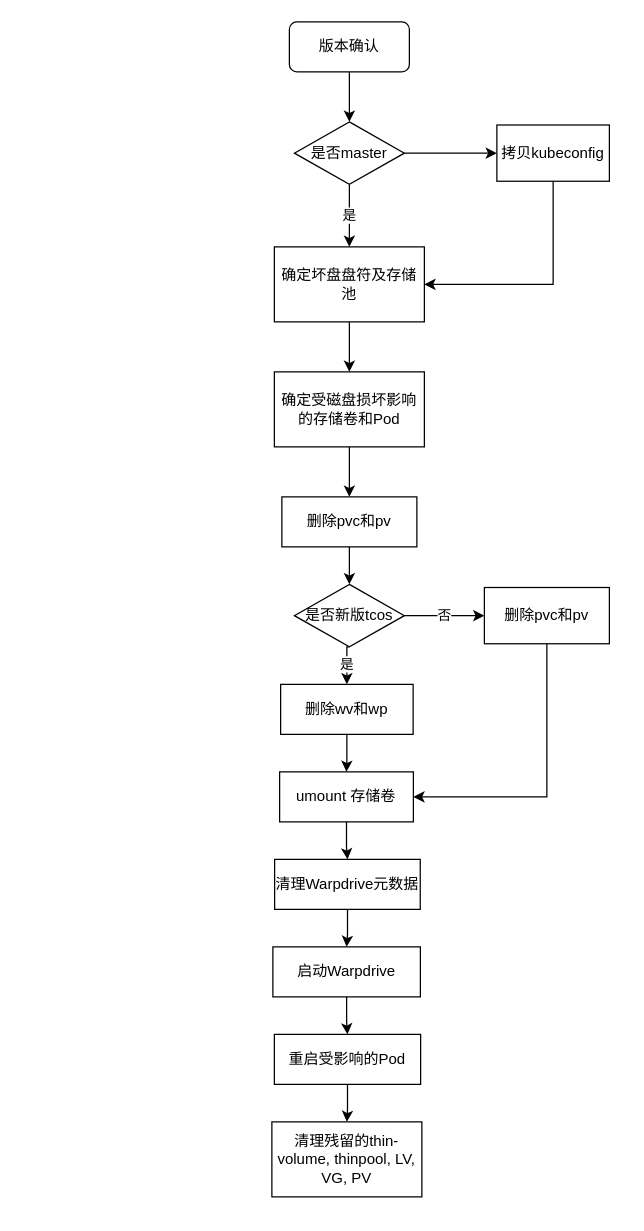
Above: 未命名绘图.drawio in 20160920/draw-picture (draw.io), before the change. Source tidied: cells renumbered, new cells numbered last; positions are measured from the earlier drawing's top-left corner, leaving out a move shared by most shapes. Both pictures are drawn from the tidied source at 125%, with x=0, y=0 at pixel (271, 21).
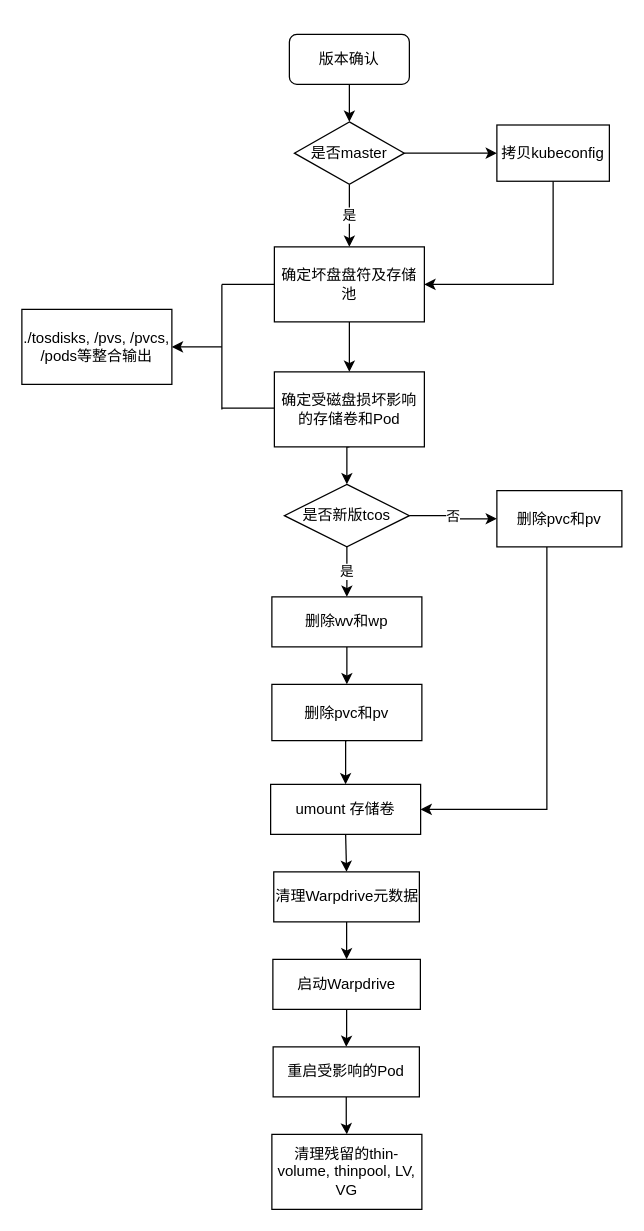
The same diagram, later.

Commit message:
更新未命名绘图.drawio

Unchanged cells that the change refers to:
```xml
<mxCell id="8" value="确定坏盘盘符及存储池" style="whiteSpace=wrap;html=1;rounded=0;" parent="1" vertex="1">
  <mxGeometry x="2" y="180" width="120" height="60" as="geometry" />
</mxCell>
<mxCell id="12" value="确定受磁盘损坏影响的存储卷和Pod" style="whiteSpace=wrap;html=1;rounded=0;" parent="1" vertex="1">
  <mxGeometry x="2" y="280" width="120" height="60" as="geometry" />
</mxCell>
```

What changed in the source:
```diff
@@
     <mxCell id="3" value="版本确认" style="rounded=1;whiteSpace=wrap;html=1;" parent="1" vertex="1">
-      <mxGeometry x="14" width="96" height="40" as="geometry" />
+      <mxGeometry x="14" y="10" width="96" height="40" as="geometry" />
     </mxCell>
@@
-    <mxCell id="11" style="edgeStyle=orthogonalEdgeStyle;rounded=0;jettySize=auto;html=1;" parent="1" edge="1" source="12" target="14">
-      <mxGeometry relative="1" as="geometry" />
-    </mxCell>
+    <mxCell id="31" style="edgeStyle=orthogonalEdgeStyle;rounded=0;jettySize=auto;html=1;exitX=0.5;exitY=1;exitDx=0;exitDy=0;entryX=0.5;entryY=0;entryDx=0;entryDy=0;" parent="1" edge="1" source="12" target="28">
+      <mxGeometry relative="1" as="geometry" />
+    </mxCell>
@@
-    <mxCell id="13" style="edgeStyle=orthogonalEdgeStyle;rounded=0;jettySize=auto;html=1;entryX=0.5;entryY=0;entryDx=0;entryDy=0;" parent="1" edge="1" source="14" target="28">
-      <mxGeometry relative="1" as="geometry" />
-    </mxCell>
-    <mxCell id="14" value="删除pvc和pv" style="whiteSpace=wrap;html=1;rounded=0;" parent="1" vertex="1">
-      <mxGeometry x="8" y="380" width="108" height="40" as="geometry" />
-    </mxCell>
-    <mxCell id="15" style="edgeStyle=orthogonalEdgeStyle;rounded=0;jettySize=auto;html=1;" parent="1" edge="1" source="16" target="18">
-      <mxGeometry relative="1" as="geometry" />
-    </mxCell>
+    <mxCell id="32" style="edgeStyle=orthogonalEdgeStyle;rounded=0;jettySize=auto;html=1;entryX=0.5;entryY=0;entryDx=0;entryDy=0;" parent="1" edge="1" source="16" target="14">
+      <mxGeometry relative="1" as="geometry" />
+    </mxCell>
     <mxCell id="16" value="删除wv和wp" style="whiteSpace=wrap;html=1;rounded=0;" parent="1" vertex="1">
-      <mxGeometry x="7" y="530" width="106" height="40" as="geometry" />
+      <mxGeometry y="460" width="120" height="40" as="geometry" />
     </mxCell>
-    <mxCell id="17" style="edgeStyle=orthogonalEdgeStyle;rounded=0;jettySize=auto;html=1;exitX=0.5;exitY=1;exitDx=0;exitDy=0;" parent="1" edge="1" source="18" target="20">
+    <mxCell id="17" style="edgeStyle=orthogonalEdgeStyle;rounded=0;jettySize=auto;html=1;exitX=0.5;exitY=1;exitDx=0;exitDy=0;entryX=0.5;entryY=0;entryDx=0;entryDy=0;" parent="1" edge="1" source="18" target="20">
       <mxGeometry relative="1" as="geometry" />
     </mxCell>
     <mxCell id="18" value="umount 存储卷" style="whiteSpace=wrap;html=1;rounded=0;" parent="1" vertex="1">
-      <mxGeometry x="6.2" y="600" width="107" height="40" as="geometry" />
+      <mxGeometry x="-1" y="610" width="120" height="40" as="geometry" />
     </mxCell>
@@
     <mxCell id="20" value="清理Warpdrive元数据" style="whiteSpace=wrap;html=1;rounded=0;" parent="1" vertex="1">
-      <mxGeometry x="2.2" y="670" width="116.5" height="40" as="geometry" />
+      <mxGeometry x="1.5" y="680" width="116.5" height="40" as="geometry" />
     </mxCell>
@@
     <mxCell id="22" value="启动Warpdrive" style="whiteSpace=wrap;html=1;rounded=0;" parent="1" vertex="1">
-      <mxGeometry x="0.8" y="740" width="118" height="40" as="geometry" />
+      <mxGeometry x="0.8" y="750" width="118" height="40" as="geometry" />
     </mxCell>
@@
     <mxCell id="24" value="重启受影响的Pod" style="whiteSpace=wrap;html=1;rounded=0;" parent="1" vertex="1">
-      <mxGeometry x="2" y="810" width="117" height="40" as="geometry" />
+      <mxGeometry x="1" y="820" width="117" height="40" as="geometry" />
     </mxCell>
-    <mxCell id="25" value="清理残留的thin-volume, thinpool, LV, VG, PV" style="whiteSpace=wrap;html=1;rounded=0;" parent="1" vertex="1">
-      <mxGeometry y="880" width="120" height="60" as="geometry" />
+    <mxCell id="25" value="清理残留的thin-volume, thinpool, LV, VG" style="whiteSpace=wrap;html=1;rounded=0;" parent="1" vertex="1">
+      <mxGeometry y="890" width="120" height="60" as="geometry" />
     </mxCell>
@@
     <mxCell id="28" value="是否新版tcos" style="rhombus;whiteSpace=wrap;html=1;rounded=0;" parent="1" vertex="1">
-      <mxGeometry x="18" y="450" width="88" height="50" as="geometry" />
+      <mxGeometry x="10" y="370" width="100" height="50" as="geometry" />
     </mxCell>
     <mxCell id="29" style="edgeStyle=orthogonalEdgeStyle;rounded=0;jettySize=auto;html=1;entryX=1;entryY=0.5;entryDx=0;entryDy=0;" parent="1" edge="1" source="30" target="18">
       <mxGeometry relative="1" as="geometry">
         <Array as="points">
-          <mxPoint x="220" y="620" />
+          <mxPoint x="220" y="630" />
         </Array>
       </mxGeometry>
     </mxCell>
     <mxCell id="30" value="删除pvc和pv" style="whiteSpace=wrap;html=1;rounded=0;" parent="1" vertex="1">
-      <mxGeometry x="170" y="452.5" width="100" height="45" as="geometry" />
+      <mxGeometry x="180" y="375" width="100" height="45" as="geometry" />
     </mxCell>
+    <mxCell id="33" style="edgeStyle=orthogonalEdgeStyle;rounded=0;jettySize=auto;html=1;exitX=0.5;exitY=1;exitDx=0;exitDy=0;entryX=0.5;entryY=0;entryDx=0;entryDy=0;" parent="1" edge="1" source="14" target="18">
+      <mxGeometry relative="1" as="geometry" />
+    </mxCell>
+    <mxCell id="14" value="删除pvc和pv" style="whiteSpace=wrap;html=1;rounded=0;" parent="1" vertex="1">
+      <mxGeometry y="530" width="120" height="45" as="geometry" />
+    </mxCell>
+    <mxCell id="34" value="./tosdisks, /pvs, /pvcs, /pods等整合输出" style="rounded=0;whiteSpace=wrap;html=1;" parent="1" vertex="1">
+      <mxGeometry x="-200" y="230" width="120" height="60" as="geometry" />
+    </mxCell>
+    <mxCell id="35" style="endArrow=none;html=1;rounded=0;" parent="1" edge="1">
+      <mxGeometry relative="1" as="geometry">
+        <mxPoint x="-40" y="310" as="sourcePoint" />
+        <mxPoint x="-40" y="210" as="targetPoint" />
+      </mxGeometry>
+    </mxCell>
+    <mxCell id="36" style="endArrow=none;html=1;rounded=0;entryX=0;entryY=0.5;entryDx=0;entryDy=0;" parent="1" edge="1" target="8">
+      <mxGeometry relative="1" as="geometry">
+        <mxPoint x="-40" y="210" as="sourcePoint" />
+      </mxGeometry>
+    </mxCell>
+    <mxCell id="37" style="endArrow=none;html=1;rounded=0;entryX=0;entryY=0.5;entryDx=0;entryDy=0;" parent="1" edge="1">
+      <mxGeometry relative="1" as="geometry">
+        <mxPoint x="-40" y="309" as="sourcePoint" />
+        <mxPoint x="2" y="309" as="targetPoint" />
+        <Array as="points">
+          <mxPoint x="-10" y="309" />
+        </Array>
+      </mxGeometry>
+    </mxCell>
+    <mxCell id="38" style="endArrow=classic;html=1;rounded=0;entryX=1;entryY=0.5;entryDx=0;entryDy=0;" parent="1" edge="1" target="34">
+      <mxGeometry relative="1" as="geometry">
+        <mxPoint x="-40" y="260" as="sourcePoint" />
+      </mxGeometry>
+    </mxCell>
```
